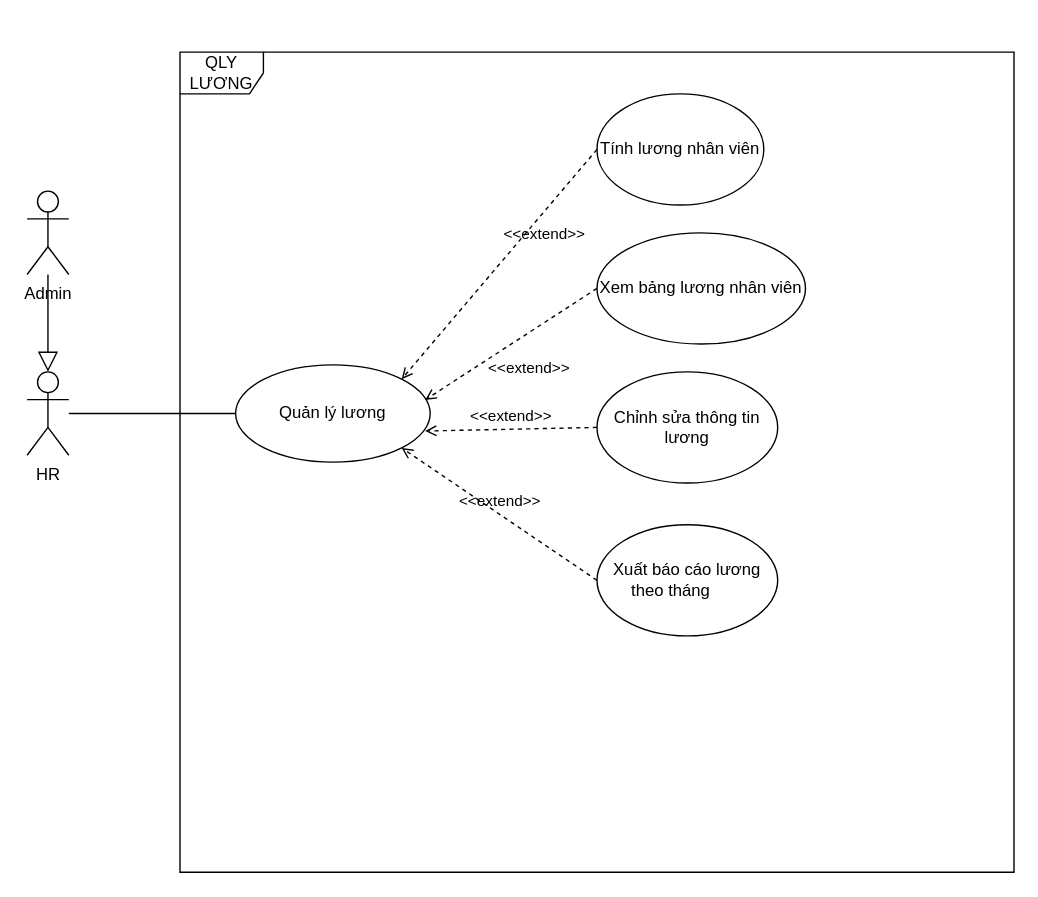
Above: QuanLyLuong.drawio in hoangda24312/Group4-DesigningSystem (draw.io), before the change. Source tidied: cells renumbered, new cells numbered last; positions are measured from the earlier drawing's top-left corner, leaving out a move shared by most shapes. Both pictures are drawn from the tidied source at 139%, with x=0, y=0 at pixel (26, 51).
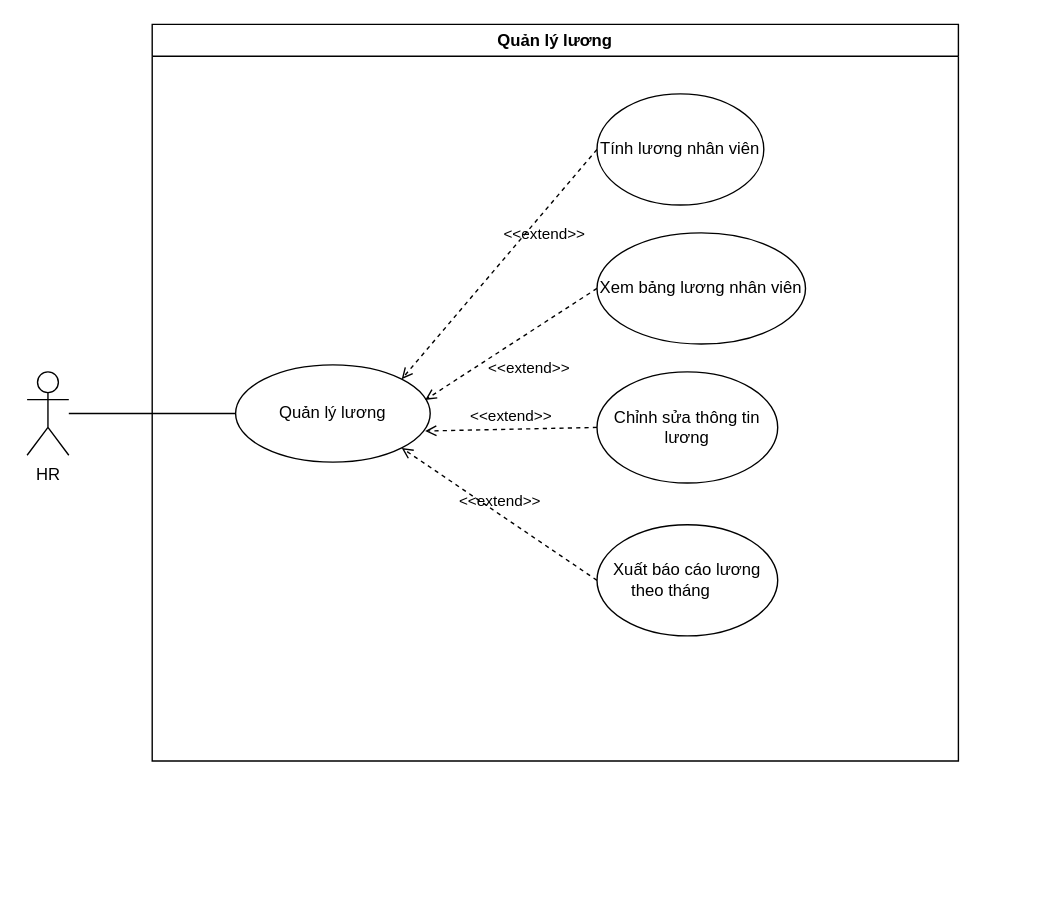
The same page after the edit.

The edit, as a diff of the source:
```diff
@@
 <mxGraphModel>
   <root>
     <mxCell id="0" />
     <mxCell id="1" parent="0" />
-    <mxCell id="2" value="Admin" style="shape=umlActor;verticalLabelPosition=bottom;verticalAlign=top;html=1;outlineConnect=0;" parent="1" vertex="1">
-      <mxGeometry y="100" width="30" height="60" as="geometry" />
-    </mxCell>
     <mxCell id="3" value="HR" style="shape=umlActor;verticalLabelPosition=bottom;verticalAlign=top;html=1;outlineConnect=0;" parent="1" vertex="1">
       <mxGeometry y="230" width="30" height="60" as="geometry" />
     </mxCell>
     <mxCell id="4" value="Tính lương nhân viên" style="ellipse;whiteSpace=wrap;html=1;" parent="1" vertex="1">
       <mxGeometry x="410" y="30" width="120" height="80" as="geometry" />
     </mxCell>
     <mxCell id="5" value="Xem bảng lương nhân viên" style="ellipse;whiteSpace=wrap;html=1;" parent="1" vertex="1">
       <mxGeometry x="410" y="130" width="150" height="80" as="geometry" />
     </mxCell>
     <mxCell id="6" value="Chỉnh sửa thông tin lương" style="ellipse;whiteSpace=wrap;html=1;" parent="1" vertex="1">
       <mxGeometry x="410" y="230" width="130" height="80" as="geometry" />
     </mxCell>
     <mxCell id="7" value="Xuất báo cáo lương theo tháng&amp;nbsp;&lt;span style=&quot;white-space: pre;&quot;&gt;&#9;&lt;/span&gt;" style="ellipse;whiteSpace=wrap;html=1;" parent="1" vertex="1">
       <mxGeometry x="410" y="340" width="130" height="80" as="geometry" />
     </mxCell>
     <mxCell id="8" value="Quản lý lương" style="ellipse;whiteSpace=wrap;html=1;" parent="1" vertex="1">
       <mxGeometry x="150" y="225" width="140" height="70" as="geometry" />
     </mxCell>
     <mxCell id="9" value="&amp;lt;&amp;lt;extend&amp;gt;&amp;gt;" style="html=1;verticalAlign=bottom;labelBackgroundColor=none;endArrow=open;endFill=0;dashed=1;rounded=0;exitX=0;exitY=0.5;exitDx=0;exitDy=0;entryX=0.974;entryY=0.36;entryDx=0;entryDy=0;entryPerimeter=0;" parent="1" edge="1" source="5" target="8">
       <mxGeometry x="0.05" y="29" relative="1" as="geometry" />
     </mxCell>
     <mxCell id="10" value="&amp;lt;&amp;lt;extend&amp;gt;&amp;gt;" style="html=1;verticalAlign=bottom;labelBackgroundColor=none;endArrow=open;endFill=0;dashed=1;rounded=0;exitX=0;exitY=0.5;exitDx=0;exitDy=0;entryX=1;entryY=0;entryDx=0;entryDy=0;" parent="1" edge="1" source="4" target="8">
       <mxGeometry x="-0.29" y="16" relative="1" as="geometry">
         <mxPoint y="1" as="offset" />
       </mxGeometry>
     </mxCell>
     <mxCell id="11" style="endArrow=none;html=1;rounded=0;entryX=0;entryY=0.5;entryDx=0;entryDy=0;" parent="1" edge="1" source="3" target="8">
       <mxGeometry relative="1" as="geometry" />
     </mxCell>
-    <mxCell id="12" style="edgeStyle=none;html=1;endArrow=block;endFill=0;endSize=12;verticalAlign=bottom;rounded=0;entryX=0.5;entryY=0;entryDx=0;entryDy=0;entryPerimeter=0;" parent="1" edge="1" source="2" target="3">
-      <mxGeometry relative="1" as="geometry" />
-    </mxCell>
     <mxCell id="13" value="&amp;lt;&amp;lt;extend&amp;gt;&amp;gt;" style="html=1;verticalAlign=bottom;labelBackgroundColor=none;endArrow=open;endFill=0;dashed=1;rounded=0;entryX=0.974;entryY=0.68;entryDx=0;entryDy=0;exitX=0;exitY=0.5;exitDx=0;exitDy=0;entryPerimeter=0;" parent="1" edge="1" source="6" target="8">
       <mxGeometry relative="1" as="geometry" />
     </mxCell>
     <mxCell id="14" value="&amp;lt;&amp;lt;extend&amp;gt;&amp;gt;" style="html=1;verticalAlign=bottom;labelBackgroundColor=none;endArrow=open;endFill=0;dashed=1;rounded=0;exitX=0;exitY=0.5;exitDx=0;exitDy=0;entryX=1;entryY=1;entryDx=0;entryDy=0;" parent="1" edge="1" source="7" target="8">
       <mxGeometry relative="1" as="geometry" />
     </mxCell>
-    <mxCell id="15" value="QLY LƯƠNG" style="shape=umlFrame;whiteSpace=wrap;html=1;width=60;height=30;" parent="1" vertex="1">
-      <mxGeometry x="110" width="600" height="590" as="geometry" />
-    </mxCell>
+    <mxCell id="16" value="Quản lý lương" style="swimlane;whiteSpace=wrap;html=1;" parent="1" vertex="1">
+      <mxGeometry x="90" y="-20" width="580" height="530" as="geometry" />
+    </mxCell>
   </root>
 </mxGraphModel>
```
